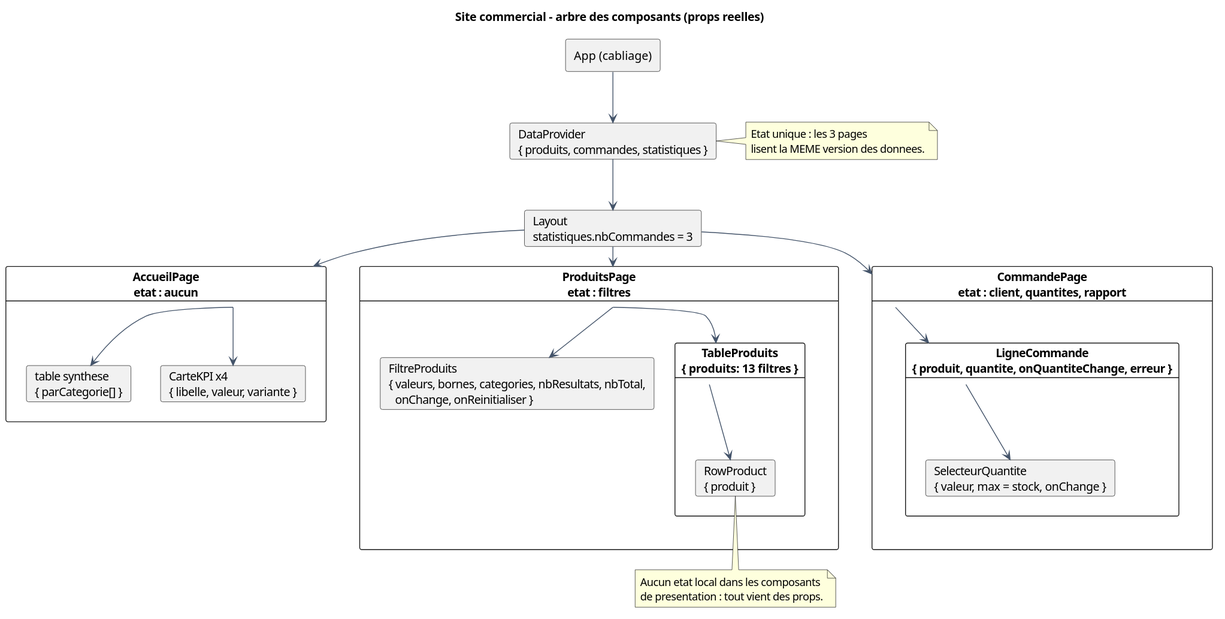
wenkais196-Gabriel/mini-projet-site-commercial keeps this PlantUML diagram as docs/diagrammes/02-arbre-composants.svg. Above is the earlier version. Its diagram source:
```plantuml
@startuml
title Site commercial  -  arbre des composants (props reelles)

skinparam shadowing false
skinparam defaultFontName Segoe UI
skinparam ArrowColor #44546A

rectangle "App  (cabliage)" as App {
}

card "DataProvider\n{ produits, commandes, statistiques }" as Store {
}

card "Layout\nstatistiques.nbCommandes = 3" as Layout {
}

card "AccueilPage\netat : aucun" as Accueil {
  card "CarteKPI x4\n{ libelle, valeur, variante }" as K1
  card "table synthese\n{ parCategorie[] }" as K2
}

card "ProduitsPage\netat : filtres" as Produits {
  card "FiltreProduits\n{ valeurs, bornes, categories, nbResultats, nbTotal,\n  onChange, onReinitialiser }" as F
  card "TableProduits\n{ produits: 13 filtres }" as T {
    card "RowProduct\n{ produit }" as R
  }
}

card "CommandePage\netat : client, quantites, rapport" as Commande {
  card "LigneCommande\n{ produit, quantite, onQuantiteChange, erreur }" as L {
    card "SelecteurQuantite\n{ valeur, max = stock, onChange }" as S
  }
}

App --> Store
Store --> Layout
Layout --> Accueil
Layout --> Produits
Layout --> Commande
Accueil --> K1
Accueil --> K2
Produits --> F
Produits --> T
T --> R
Commande --> L
L --> S

note right of Store
  Etat unique : les 3 pages
  lisent la MEME version des donnees.
end note

note bottom of R
  Aucun etat local dans les composants
  de presentation : tout vient des props.
end note
@enduml
```
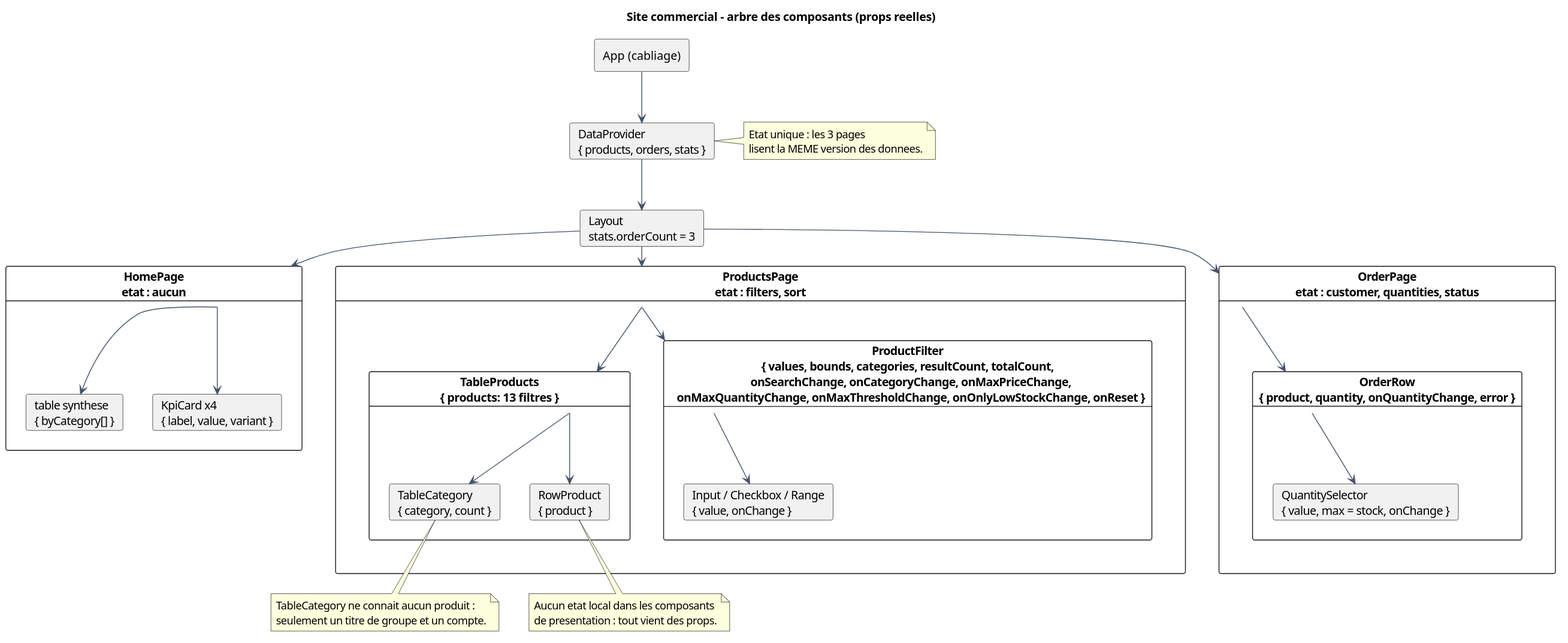
After the commit.

The edit, as a diff of the source:
```diff
@@ -8,27 +8,30 @@
 rectangle "App  (cabliage)" as App {
 }
 
-card "DataProvider\n{ produits, commandes, statistiques }" as Store {
+card "DataProvider\n{ products, orders, stats }" as Store {
 }
 
-card "Layout\nstatistiques.nbCommandes = 3" as Layout {
+card "Layout\nstats.orderCount = 3" as Layout {
 }
 
-card "AccueilPage\netat : aucun" as Accueil {
-  card "CarteKPI x4\n{ libelle, valeur, variante }" as K1
-  card "table synthese\n{ parCategorie[] }" as K2
+card "HomePage\netat : aucun" as Accueil {
+  card "KpiCard x4\n{ label, value, variant }" as K1
+  card "table synthese\n{ byCategory[] }" as K2
 }
 
-card "ProduitsPage\netat : filtres" as Produits {
-  card "FiltreProduits\n{ valeurs, bornes, categories, nbResultats, nbTotal,\n  onChange, onReinitialiser }" as F
-  card "TableProduits\n{ produits: 13 filtres }" as T {
-    card "RowProduct\n{ produit }" as R
+card "ProductsPage\netat : filters, sort" as Produits {
+  card "ProductFilter\n{ values, bounds, categories, resultCount, totalCount,\n  onSearchChange, onCategoryChange, onMaxPriceChange,\n  onMaxQuantityChange, onMaxThresholdChange, onOnlyLowStockChange, onReset }" as F {
+    card "Input / Checkbox / Range\n{ value, onChange }" as Atomes
+  }
+  card "TableProducts\n{ products: 13 filtres }" as T {
+    card "TableCategory\n{ category, count }" as C
+    card "RowProduct\n{ product }" as R
   }
 }
 
-card "CommandePage\netat : client, quantites, rapport" as Commande {
-  card "LigneCommande\n{ produit, quantite, onQuantiteChange, erreur }" as L {
-    card "SelecteurQuantite\n{ valeur, max = stock, onChange }" as S
+card "OrderPage\netat : customer, quantities, status" as Commande {
+  card "OrderRow\n{ product, quantity, onQuantityChange, error }" as L {
+    card "QuantitySelector\n{ value, max = stock, onChange }" as S
   }
 }
 
@@ -41,6 +44,8 @@
 Accueil --> K2
 Produits --> F
 Produits --> T
+F --> Atomes
+T --> C
 T --> R
 Commande --> L
 L --> S
@@ -54,4 +59,9 @@
   Aucun etat local dans les composants
   de presentation : tout vient des props.
 end note
+
+note bottom of C
+  TableCategory ne connait aucun produit :
+  seulement un titre de groupe et un compte.
+end note
 @enduml
```
